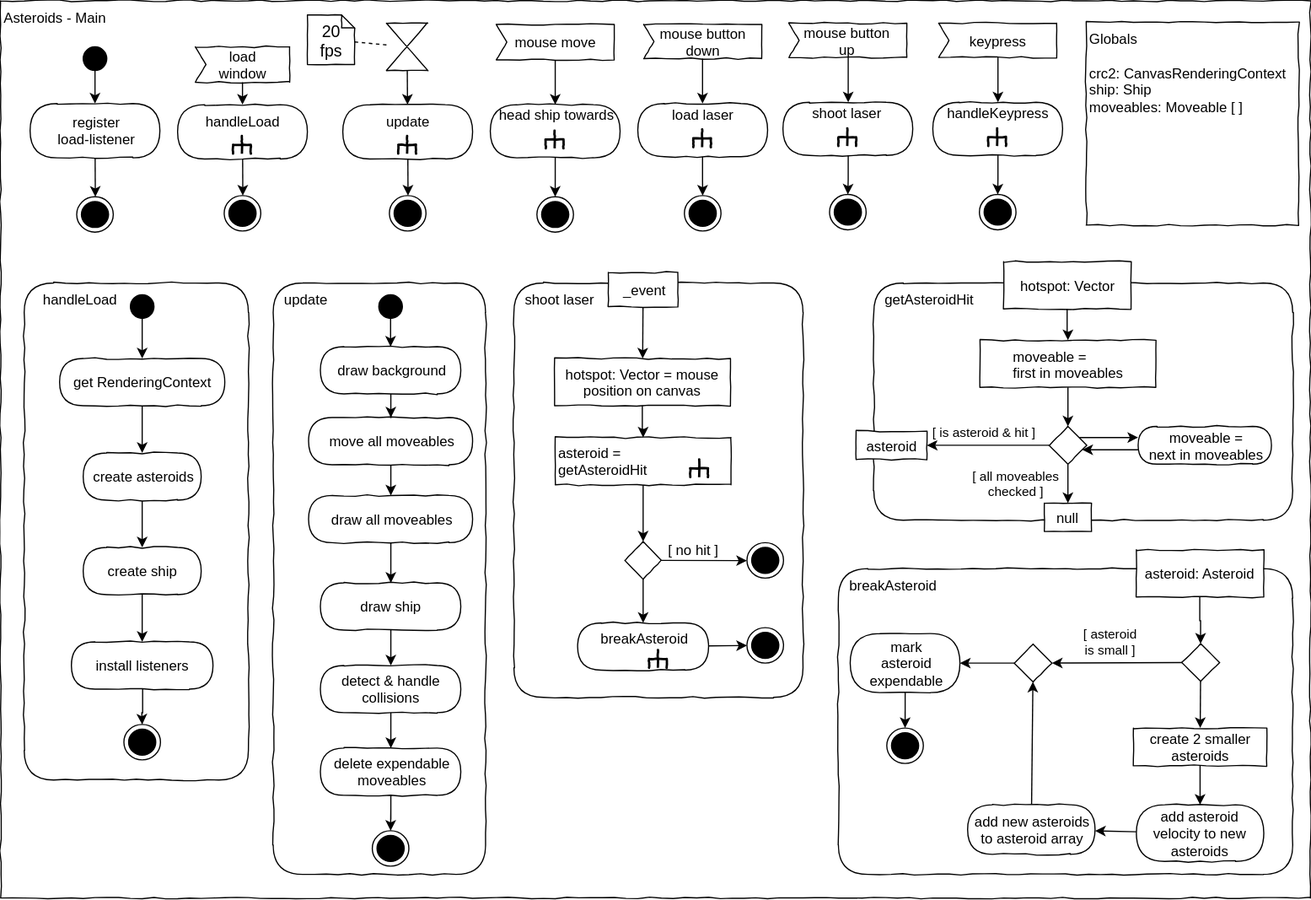
Above: L12_Addition/Material/draw.io/Asteroids_ActivityDiagram-Main_1.svg in JirkaDellOro/EIA2-Inverted (draw.io), before the change. Source tidied: cells renumbered, new cells last; positions are measured from the earlier drawing's top-left corner, leaving out a move shared by most shapes.
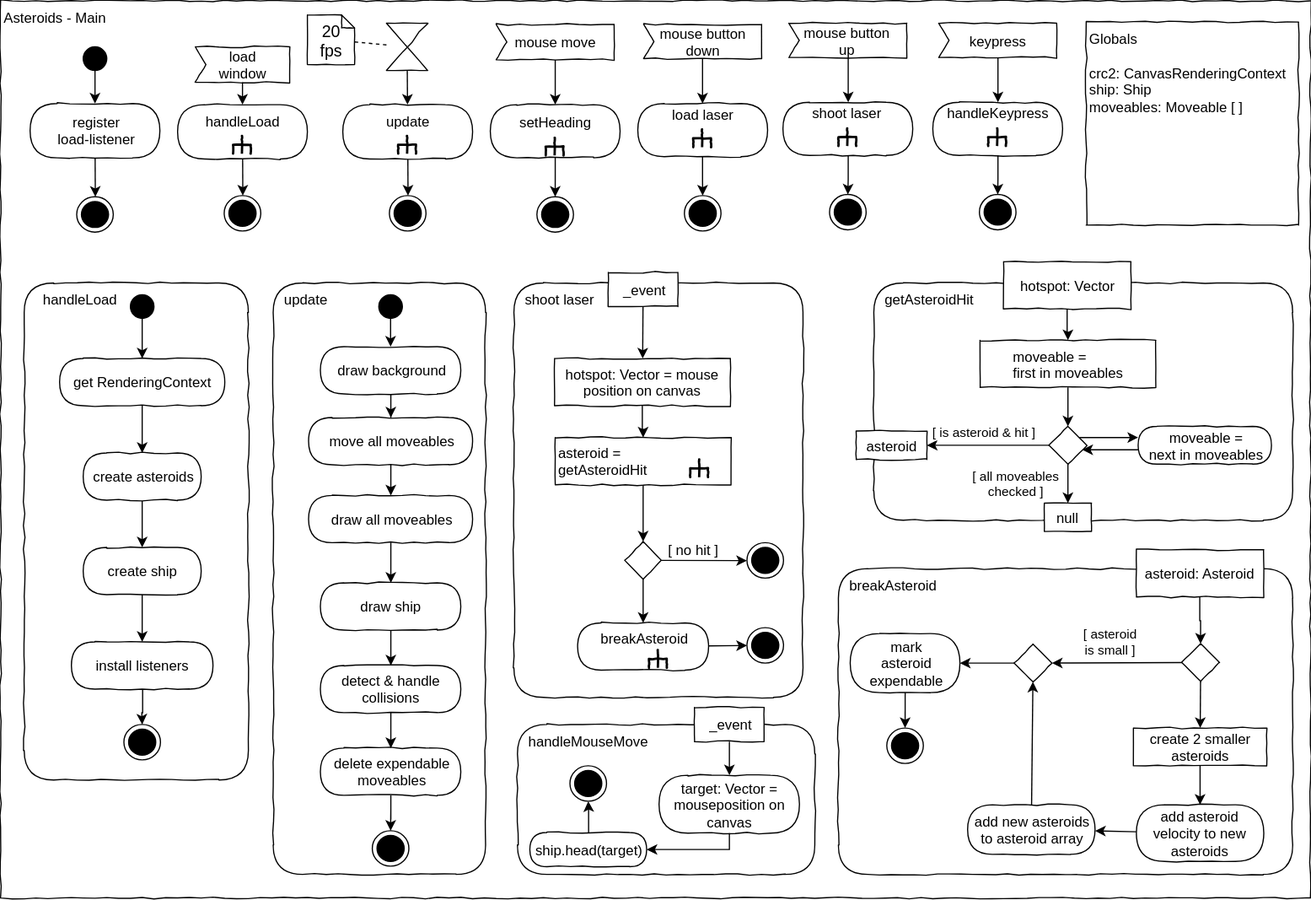
Later version of the same file.

Change to the diagram source:
```diff
@@ -117,7 +117,7 @@
     <mxCell id="38" value="mouse move" style="shape=mxgraph.sysml.accEvent;flipH=0;whiteSpace=wrap;align=center;shadow=0;strokeWidth=1;comic=1;" parent="1" vertex="1">
       <mxGeometry x="420" y="20" width="100" height="30" as="geometry" />
     </mxCell>
-    <mxCell id="39" value="head ship towards&lt;br&gt;&lt;br&gt;&amp;nbsp;" style="rounded=1;whiteSpace=wrap;html=1;absoluteArcSize=1;arcSize=50;strokeWidth=1;shadow=0;comic=1;" parent="1" vertex="1">
+    <mxCell id="39" value="setHeading&lt;br&gt;&amp;nbsp;" style="rounded=1;whiteSpace=wrap;html=1;absoluteArcSize=1;arcSize=50;strokeWidth=1;shadow=0;comic=1;" parent="1" vertex="1">
       <mxGeometry x="415" y="88" width="110" height="45" as="geometry" />
     </mxCell>
     <mxCell id="40" style="edgeStyle=orthogonalEdgeStyle;rounded=0;jettySize=auto;html=1;" parent="1" edge="1" source="38" target="39">
@@ -130,7 +130,7 @@
       <mxGeometry relative="1" as="geometry" />
     </mxCell>
     <mxCell id="43" style="group;rotation=90;" parent="1" vertex="1">
-      <mxGeometry x="460" y="105" width="20" height="20" as="geometry" />
+      <mxGeometry x="460" y="111" width="20" height="20" as="geometry" />
     </mxCell>
     <mxCell id="44" style="strokeWidth=2;html=1;shape=mxgraph.flowchart.annotation_2;align=left;rounded=1;comic=1;rotation=90;" parent="43" vertex="1">
       <mxGeometry x="2" y="5" width="15" height="15" as="geometry" />
@@ -444,5 +444,33 @@
     <mxCell id="141" style="edgeStyle=orthogonalEdgeStyle;rounded=0;jettySize=auto;html=1;" parent="1" edge="1" source="80" target="140">
       <mxGeometry relative="1" as="geometry" />
     </mxCell>
+    <mxCell id="142" value="&lt;div style=&quot;text-align: left&quot;&gt;&amp;nbsp; handleMouseMove&lt;/div&gt;" style="rounded=1;whiteSpace=wrap;html=1;shadow=0;glass=0;comic=1;strokeColor=#000000;labelPosition=center;verticalLabelPosition=middle;align=left;verticalAlign=top;absoluteArcSize=1;arcSize=50;" parent="1" vertex="1">
+      <mxGeometry x="438" y="613" width="252" height="127" as="geometry" />
+    </mxCell>
+    <mxCell id="143" style="edgeStyle=orthogonalEdgeStyle;rounded=0;jettySize=auto;html=1;" parent="1" edge="1" source="148" target="144">
+      <mxGeometry relative="1" as="geometry" />
+    </mxCell>
+    <mxCell id="144" style="ellipse;html=1;shape=endState;fillColor=#000000;strokeColor=#000000;comic=1;" parent="1" vertex="1">
+      <mxGeometry x="482.5" y="648" width="31" height="30" as="geometry" />
+    </mxCell>
+    <mxCell id="145" value="target: Vector = mouseposition on canvas" style="rounded=1;whiteSpace=wrap;html=1;absoluteArcSize=1;arcSize=50;strokeWidth=1;shadow=0;comic=1;align=center;" parent="1" vertex="1">
+      <mxGeometry x="558" y="656" width="119" height="49" as="geometry" />
+    </mxCell>
+    <mxCell id="146" style="edgeStyle=orthogonalEdgeStyle;rounded=0;jettySize=auto;html=1;" parent="1" edge="1" source="147" target="145">
+      <mxGeometry relative="1" as="geometry" />
+    </mxCell>
+    <mxCell id="147" value="&lt;div&gt;_event&lt;/div&gt;" style="rounded=0;whiteSpace=wrap;html=1;comic=1;align=center;" parent="1" vertex="1">
+      <mxGeometry x="588" y="598.5" width="59" height="29" as="geometry" />
+    </mxCell>
+    <mxCell id="148" value="ship.head(target)" style="rounded=1;whiteSpace=wrap;html=1;absoluteArcSize=1;arcSize=50;strokeWidth=1;shadow=0;comic=1;align=center;" parent="1" vertex="1">
+      <mxGeometry x="448.5" y="704.5" width="99" height="29" as="geometry" />
+    </mxCell>
+    <mxCell id="149" style="edgeStyle=orthogonalEdgeStyle;rounded=0;jettySize=auto;html=1;" parent="1" edge="1" source="145" target="148">
+      <mxGeometry relative="1" as="geometry">
+        <Array as="points">
+          <mxPoint x="618" y="719" />
+        </Array>
+      </mxGeometry>
+    </mxCell>
   </root>
 </mxGraphModel>
```
